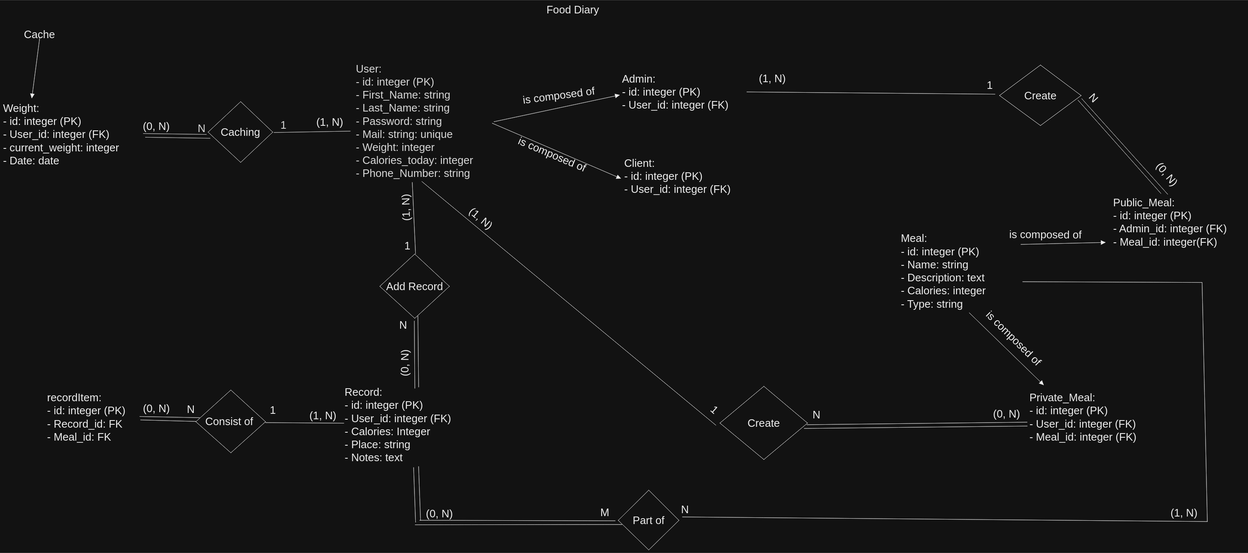
The Excalidraw diagram Food Diary/Documentation/Database/Schema.svg in Abdelrhman-Samir-99/Projects, before a commit. Source tidied: one line per element, renumbered; positions are measured from the earlier drawing's top-left corner, leaving out a move shared by most shapes.
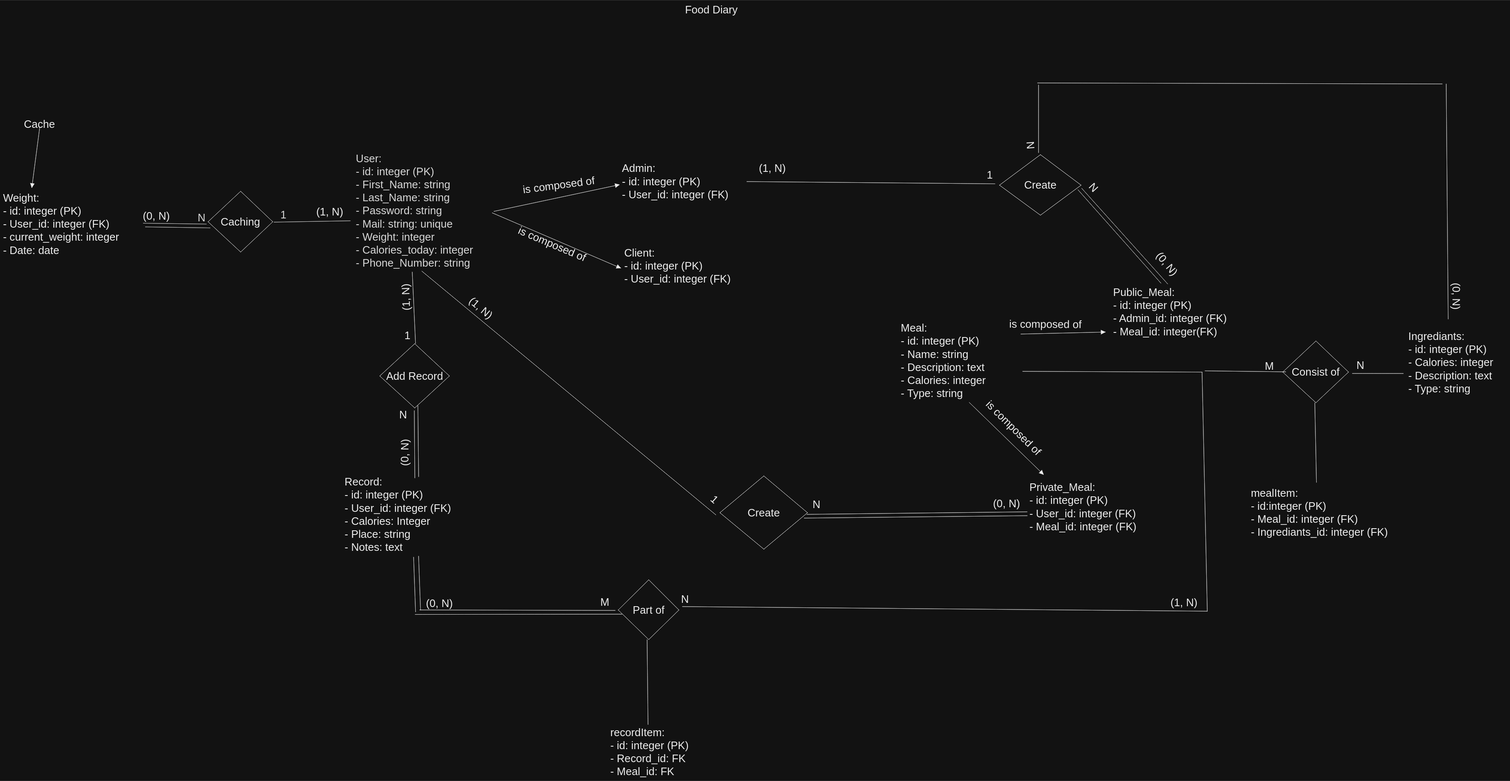
After the change.

What changed in the source:
```diff
@@ -2,7 +2,7 @@
 {"id": 1, "type": "text", "text": "Meal:\n- id: integer (PK)\n- Name: string\n- Description: text\n- Calories: integer\n- Type: string", "strokeColor": "#000000", "strokeWidth": 1, "roughness": 0, "fontSize": 36, "fontFamily": 2, "x": 3002, "y": 766, "width": 330, "height": 263}
 {"id": 2, "type": "text", "text": "Client:\n- id: integer (PK)\n- User_id: integer (FK)\n", "strokeColor": "#000000", "strokeWidth": 1, "roughness": 0, "fontSize": 36, "fontFamily": 2, "x": 2078, "y": 513, "width": 411, "height": 175}
 {"id": 3, "type": "text", "text": "Admin:\n- id: integer (PK)\n- User_id: integer (FK)", "strokeColor": "#000000", "strokeWidth": 1, "roughness": 0, "fontSize": 36, "fontFamily": 2, "x": 2070, "y": 231, "width": 412, "height": 131}
-{"id": 4, "type": "text", "text": "Food Diary", "strokeColor": "#000000", "strokeWidth": 1, "roughness": 0, "fontSize": 36, "fontFamily": 2, "x": 1818, "y": 0, "width": 201, "height": 44}
+{"id": 4, "type": "text", "text": "Food Diary", "strokeColor": "#000000", "strokeWidth": 1, "roughness": 0, "fontSize": 36, "fontFamily": 2, "x": 2281, "y": -300, "width": 201, "height": 44}
 {"id": 5, "type": "text", "text": "Public_Meal:\n- id: integer (PK)\n- Admin_id: integer (FK)\n- Meal_id: integer(FK)", "strokeColor": "#000000", "strokeWidth": 1, "roughness": 0, "fontSize": 36, "fontFamily": 2, "x": 3712, "y": 645, "width": 441, "height": 175}
 {"id": 6, "type": "text", "text": "Private_Meal:\n- id: integer (PK)\n- User_id: integer (FK)\n- Meal_id: integer (FK)", "strokeColor": "#000000", "strokeWidth": 1, "roughness": 0, "fontSize": 36, "fontFamily": 2, "x": 3432, "y": 1298, "width": 415, "height": 175}
 {"id": 7, "type": "text", "text": "Record:\n- id: integer (PK)\n- User_id: integer (FK)\n- Calories: Integer\n- Place: string\n- Notes: text", "strokeColor": "#000000", "strokeWidth": 1, "roughness": 0, "fontSize": 36, "fontFamily": 2, "x": 1142, "y": 1280, "width": 411, "height": 263}
@@ -26,23 +26,16 @@
 {"id": 25, "type": "text", "text": "Add Record", "strokeColor": "#000000", "strokeWidth": 1, "roughness": 0, "fontSize": 36, "fontFamily": 2, "textAlign": "center", "verticalAlign": "middle", "inside": 24, "x": 1265, "y": 925, "width": 223, "height": 44}
 {"id": 26, "type": "arrow", "strokeColor": "#000000", "strokeWidth": 1, "roughness": 0, "from": 0, "to": 37, "x": 1369, "y": 600, "width": 11, "height": 239, "points": [[0, 0], [11, 239]]}
 {"id": 27, "type": "arrow", "strokeColor": "#000000", "strokeWidth": 1, "roughness": 0, "from": 24, "x": 1375, "y": 1064, "width": 2, "height": 225, "points": [[0, 0], [2, 225]]}
-{"id": 28, "type": "text", "text": "recordItem:\n- id: integer (PK)\n- Record_id: FK\n- Meal_id: FK", "strokeColor": "#000000", "strokeWidth": 1, "roughness": 0, "fontSize": 36, "fontFamily": 2, "x": 148, "y": 1298, "width": 304, "height": 175}
+{"id": 28, "type": "text", "text": "recordItem:\n- id: integer (PK)\n- Record_id: FK\n- Meal_id: FK", "strokeColor": "#000000", "strokeWidth": 1, "roughness": 0, "fontSize": 36, "fontFamily": 2, "x": 2031, "y": 2118, "width": 304, "height": 175}
-{"id": 29, "type": "diamond", "strokeColor": "#000000", "strokeWidth": 1, "roughness": 0, "x": 645, "y": 1295, "width": 233, "height": 210}
-{"id": 30, "type": "text", "text": "Consist of ", "strokeColor": "#000000", "strokeWidth": 1, "roughness": 0, "fontSize": 36, "fontFamily": 2, "textAlign": "center", "verticalAlign": "middle", "inside": 29, "x": 650, "y": 1378, "width": 223, "height": 44}
-{"id": 31, "type": "arrow", "strokeColor": "#000000", "strokeWidth": 1, "roughness": 0, "from": 70, "to": 29, "x": 1140, "y": 1406, "width": 262, "height": 2, "points": [[0, 0], [-262, -2]]}
-{"id": 32, "type": "arrow", "strokeColor": "#000000", "strokeWidth": 1, "roughness": 0, "from": 29, "to": 71, "x": 645, "y": 1400, "width": 185, "height": 5, "points": [[0, 0], [-185, -5]]}
-{"id": 33, "type": "line", "strokeColor": "#000000", "strokeWidth": 1, "roughness": 0, "x": 457, "y": 1383, "width": 200, "height": 4, "points": [[0, 0], [200, 4]]}
 {"id": 34, "type": "line", "strokeColor": "#000000", "strokeWidth": 1, "roughness": 0, "x": 3425, "y": 1415, "width": 746, "height": 8, "points": [[0, 0], [-746, 8]]}
 {"id": 35, "type": "line", "strokeColor": "#000000", "strokeWidth": 1, "roughness": 0, "x": 3872, "y": 637, "width": 278, "height": 312, "points": [[0, 0], [-278, -312]]}
 {"id": 36, "type": "text", "text": "N", "strokeColor": "#000000", "strokeWidth": 1, "roughness": 0, "fontSize": 36, "fontFamily": 2, "x": 1325, "y": 1055, "width": 33, "height": 44}
 {"id": 37, "type": "text", "text": "1", "strokeColor": "#000000", "strokeWidth": 1, "roughness": 0, "fontSize": 36, "fontFamily": 2, "x": 1342, "y": 790, "width": 24, "height": 44}
-{"id": 38, "type": "text", "text": "1", "strokeColor": "#000000", "strokeWidth": 1, "roughness": 0, "fontSize": 36, "fontFamily": 2, "x": 892, "y": 1340, "width": 24, "height": 44}
-{"id": 39, "type": "text", "text": "N", "strokeColor": "#000000", "strokeWidth": 1, "roughness": 0, "fontSize": 36, "fontFamily": 2, "x": 615, "y": 1338, "width": 33, "height": 44}
 {"id": 40, "type": "text", "text": "1", "strokeColor": "#000000", "angle": 0.73, "strokeWidth": 1, "roughness": 0, "fontSize": 36, "fontFamily": 2, "x": 2368, "y": 1340, "width": 24, "height": 44}
 {"id": 41, "type": "text", "text": "N", "strokeColor": "#000000", "strokeWidth": 1, "roughness": 0, "fontSize": 36, "fontFamily": 2, "x": 2708, "y": 1355, "width": 33, "height": 44}
 {"id": 42, "type": "text", "text": "1", "strokeColor": "#000000", "strokeWidth": 1, "roughness": 0, "fontSize": 36, "fontFamily": 2, "x": 3290, "y": 253, "width": 24, "height": 44}
 {"id": 43, "type": "text", "text": "N", "strokeColor": "#000000", "angle": 0.83, "strokeWidth": 1, "roughness": 0, "fontSize": 36, "fontFamily": 2, "x": 3632, "y": 298, "width": 33, "height": 44}
-{"id": 44, "type": "line", "strokeColor": "#000000", "strokeWidth": 1, "roughness": 0, "x": 1388, "y": 1047, "width": 2, "height": 237, "points": [[0, 0], [2, 237]]}
+{"id": 44, "type": "line", "strokeColor": "#000000", "strokeWidth": 1, "roughness": 0, "x": 1387, "y": 1047, "width": 2, "height": 237, "points": [[0, 0], [2, 237]]}
 {"id": 45, "type": "diamond", "strokeColor": "#000000", "strokeWidth": 1, "roughness": 0, "x": 2058, "y": 1630, "width": 203, "height": 200}
 {"id": 46, "type": "text", "text": "Part of", "strokeColor": "#000000", "strokeWidth": 1, "roughness": 0, "fontSize": 36, "fontFamily": 2, "textAlign": "center", "verticalAlign": "middle", "inside": 45, "x": 2062, "y": 1708, "width": 193, "height": 44}
 {"id": 47, "type": "line", "strokeColor": "#000000", "strokeWidth": 1, "roughness": 0, "x": 3410, "y": 932, "width": 600, "height": 2, "points": [[0, 0], [600, 2]]}
@@ -68,11 +61,24 @@
 {"id": 67, "type": "text", "text": "(0, N)", "strokeColor": "#000000", "strokeWidth": 1, "roughness": 0, "fontSize": 36, "fontFamily": 2, "x": 3311, "y": 1354, "width": 106, "height": 44}
 {"id": 68, "type": "text", "text": "(1, N)", "strokeColor": "#000000", "angle": 4.68, "strokeWidth": 1, "roughness": 0, "fontSize": 36, "fontFamily": 2, "x": 1294, "y": 654, "width": 106, "height": 44}
 {"id": 69, "type": "text", "text": "(0, N)", "strokeColor": "#000000", "angle": 4.72, "strokeWidth": 1, "roughness": 0, "fontSize": 36, "fontFamily": 2, "x": 1291, "y": 1174, "width": 106, "height": 44}
-{"id": 70, "type": "text", "text": "(1, N)", "strokeColor": "#000000", "strokeWidth": 1, "roughness": 0, "fontSize": 36, "fontFamily": 2, "x": 1025, "y": 1359, "width": 106, "height": 44}
-{"id": 71, "type": "text", "text": "(0, N)", "strokeColor": "#000000", "strokeWidth": 1, "roughness": 0, "fontSize": 36, "fontFamily": 2, "x": 468, "y": 1335, "width": 106, "height": 44}
 {"id": 72, "type": "text", "text": "(1, N)", "strokeColor": "#000000", "strokeWidth": 1, "roughness": 0, "fontSize": 36, "fontFamily": 2, "x": 3904, "y": 1684, "width": 106, "height": 44}
 {"id": 73, "type": "text", "text": "(0, N)", "strokeColor": "#000000", "strokeWidth": 1, "roughness": 0, "fontSize": 36, "fontFamily": 2, "x": 1414, "y": 1687, "width": 106, "height": 44}
 {"id": 74, "type": "text", "text": "Cache", "strokeColor": "#000000", "strokeWidth": 1, "roughness": 0, "fontSize": 36, "fontFamily": 2, "x": 70, "y": 84, "width": 115, "height": 44}
 {"id": 75, "type": "arrow", "strokeColor": "#000000", "strokeWidth": 1, "roughness": 0, "endArrowhead": "triangle", "to": 54, "x": 123, "y": 114, "width": 27, "height": 203, "points": [[0, 0], [-27, 203]]}
 {"id": 76, "type": "arrow", "strokeColor": "#000000", "strokeWidth": 1, "roughness": 0, "from": 7, "x": 1373, "y": 1554, "width": 7, "height": 183, "points": [[0, 0], [7, 183]]}
 {"id": 77, "type": "arrow", "strokeColor": "#000000", "strokeWidth": 1, "roughness": 0, "from": 7, "x": 1390, "y": 1551, "width": 7, "height": 180, "points": [[0, 0], [7, 180]]}
+{"id": 78, "type": "arrow", "strokeColor": "#000000", "strokeWidth": 1, "roughness": 0, "from": 45, "to": 28, "x": 2154, "y": 1830, "width": 3, "height": 284, "points": [[0, 0], [3, 284]]}
+{"id": 79, "type": "text", "text": "Ingrediants:\n- id: integer (PK)\n- Calories: integer\n- Description: text\n- Type: string", "strokeColor": "#000000", "strokeWidth": 1, "roughness": 0, "fontSize": 36, "fontFamily": 2, "x": 4700, "y": 794, "width": 330, "height": 219}
+{"id": 80, "type": "line", "strokeColor": "#000000", "strokeWidth": 1, "roughness": 0, "x": 4826, "y": -29, "width": 7, "height": 787, "points": [[0, 0], [7, 787]]}
+{"id": 81, "type": "text", "text": "N", "strokeColor": "#000000", "angle": 4.63, "strokeWidth": 1, "roughness": 0, "fontSize": 36, "fontFamily": 2, "x": 3420, "y": 150, "width": 33, "height": 44}
+{"id": 82, "type": "diamond", "strokeColor": "#000000", "strokeWidth": 1, "roughness": 0, "x": 4280, "y": 831, "width": 220, "height": 207}
+{"id": 30, "type": "text", "text": "Consist of", "strokeColor": "#000000", "strokeWidth": 1, "roughness": 0, "fontSize": 36, "fontFamily": 2, "textAlign": "center", "verticalAlign": "middle", "inside": 82, "x": 4285, "y": 912, "width": 210, "height": 44}
+{"id": 83, "type": "arrow", "strokeColor": "#000000", "strokeWidth": 1, "roughness": 0, "from": 82, "to": 79, "x": 4513, "y": 939, "width": 171, "height": 0, "points": [[0, 0], [171, 0]]}
+{"id": 84, "type": "line", "strokeColor": "#000000", "strokeWidth": 1, "roughness": 0, "x": 4020, "y": 931, "width": 270, "height": 3, "points": [[0, 0], [270, 3]]}
+{"id": 85, "type": "text", "text": "M", "strokeColor": "#000000", "strokeWidth": 1, "roughness": 0, "fontSize": 36, "fontFamily": 2, "x": 4220, "y": 894, "width": 38, "height": 44}
+{"id": 86, "type": "text", "text": "N", "strokeColor": "#000000", "strokeWidth": 1, "roughness": 0, "fontSize": 36, "fontFamily": 2, "x": 4526, "y": 890, "width": 33, "height": 44}
+{"id": 87, "type": "text", "text": "mealItem:\n- id:integer (PK)\n- Meal_id: integer (FK)\n- Ingrediants_id: integer (FK)", "strokeColor": "#000000", "strokeWidth": 1, "roughness": 0, "fontSize": 36, "fontFamily": 2, "x": 4173, "y": 1317, "width": 535, "height": 175}
+{"id": 88, "type": "arrow", "strokeColor": "#000000", "strokeWidth": 1, "roughness": 0, "from": 82, "to": 87, "x": 4387, "y": 1038, "width": 6, "height": 266, "points": [[0, 0], [6, 266]]}
+{"id": 89, "type": "arrow", "strokeColor": "#000000", "strokeWidth": 1, "roughness": 0, "from": 17, "x": 3463, "y": 201, "width": 0, "height": 227, "points": [[0, 0], [0, -227]]}
+{"id": 90, "type": "line", "strokeColor": "#000000", "strokeWidth": 1, "roughness": 0, "x": 3460, "y": -33, "width": 1353, "height": 3, "points": [[0, 0], [1353, 3]]}
+{"id": 71, "type": "text", "text": "(0, N)", "strokeColor": "#000000", "angle": 1.58, "strokeWidth": 1, "roughness": 0, "fontSize": 36, "fontFamily": 2, "x": 4806, "y": 667, "width": 106, "height": 44}
```
